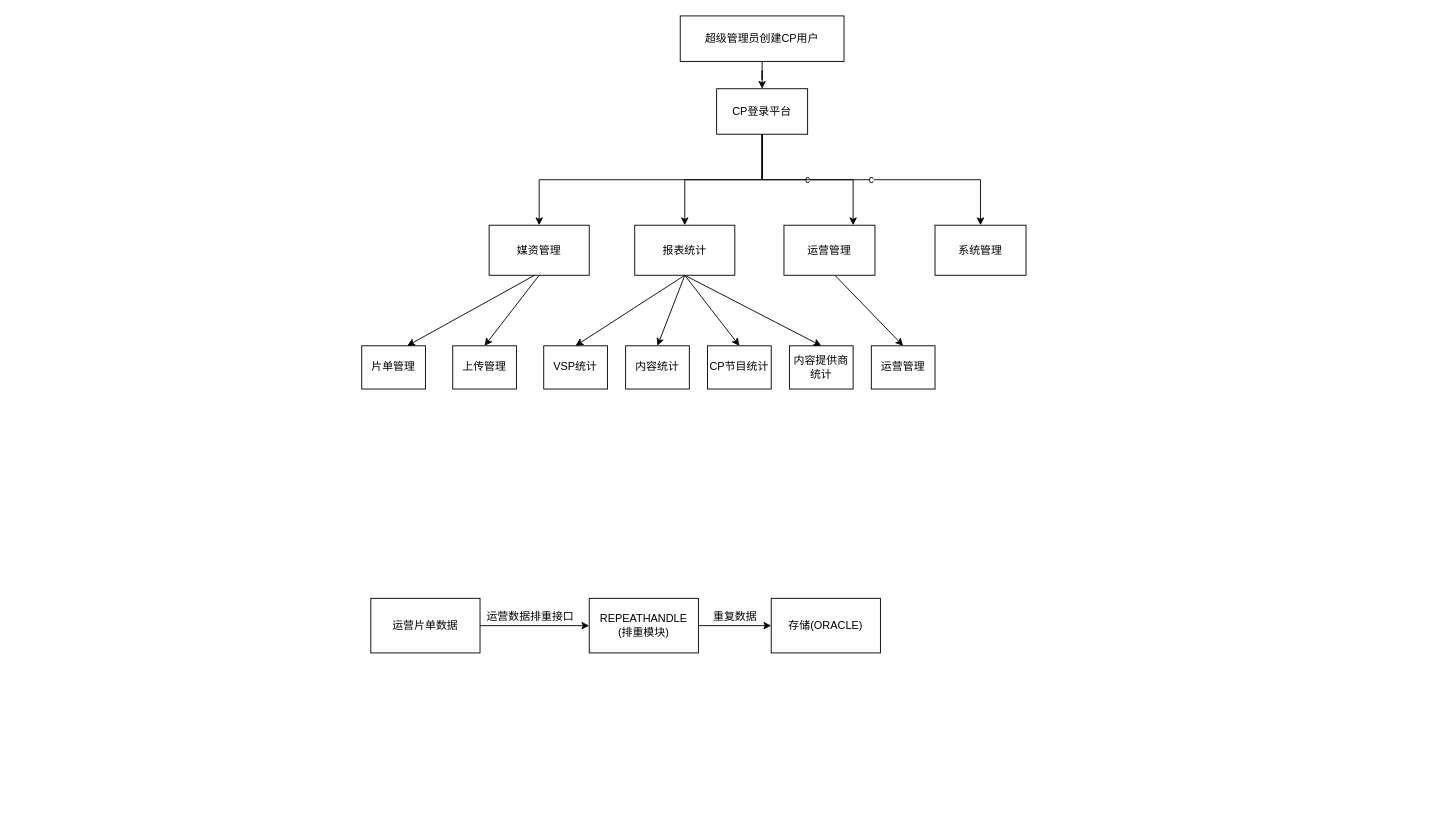
utscgeorge/processitemtest keeps this draw.io diagram as VASP结构图.drawio. Above is the earlier version. Source tidied: cells renumbered, new cells numbered last; positions are measured from the earlier drawing's top-left corner, leaving out a move shared by most shapes. Both pictures are drawn from the tidied source at 91%, with x=0, y=0 at pixel (361, 15).
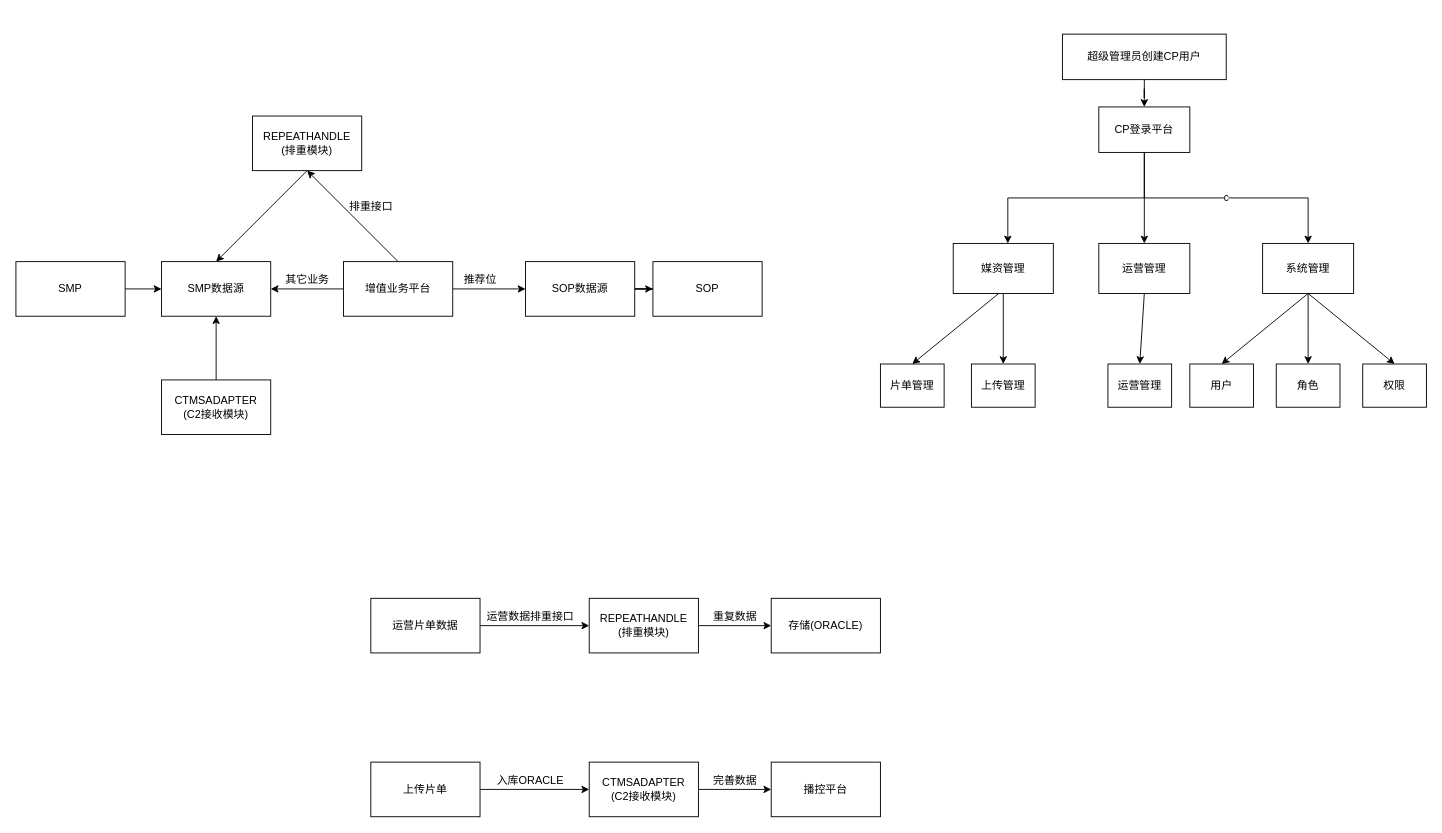
The same diagram, later.

Diff of the diagram source:
```diff
@@
     <mxCell id="3" value="超级管理员创建CP用户" style="rounded=0;whiteSpace=wrap;html=1;" parent="1" vertex="1">
-      <mxGeometry x="350" width="180" height="50" as="geometry" />
+      <mxGeometry x="770" y="20" width="180" height="50" as="geometry" />
     </mxCell>
     <mxCell id="4" style="edgeStyle=orthogonalEdgeStyle;rounded=0;jettySize=auto;html=1;" parent="1" edge="1" source="6" target="7">
       <mxGeometry relative="1" as="geometry">
         <Array as="points">
-          <mxPoint x="440" y="180" />
-          <mxPoint x="195" y="180" />
+          <mxPoint x="860" y="200" />
+          <mxPoint x="710" y="200" />
         </Array>
       </mxGeometry>
     </mxCell>
-    <mxCell id="5" style="edgeStyle=orthogonalEdgeStyle;rounded=0;jettySize=auto;html=1;" parent="1" edge="1" source="6" target="8">
-      <mxGeometry relative="1" as="geometry" />
-    </mxCell>
     <mxCell id="6" value="CP登录平台" style="whiteSpace=wrap;html=1;rounded=0;" parent="1" vertex="1">
-      <mxGeometry x="390" y="80" width="100" height="50" as="geometry" />
+      <mxGeometry x="810" y="100" width="100" height="50" as="geometry" />
     </mxCell>
     <mxCell id="7" value="媒资管理" style="whiteSpace=wrap;html=1;rounded=0;" parent="1" vertex="1">
-      <mxGeometry x="140" y="230" width="110" height="55" as="geometry" />
+      <mxGeometry x="650" y="250" width="110" height="55" as="geometry" />
     </mxCell>
-    <mxCell id="8" value="报表统计" style="whiteSpace=wrap;html=1;rounded=0;" parent="1" vertex="1">
-      <mxGeometry x="300" y="230" width="110" height="55" as="geometry" />
-    </mxCell>
     <mxCell id="9" value="运营管理" style="rounded=0;whiteSpace=wrap;html=1;" parent="1" vertex="1">
-      <mxGeometry x="464" y="230" width="100" height="55" as="geometry" />
+      <mxGeometry x="810" y="250" width="100" height="55" as="geometry" />
     </mxCell>
+    <mxCell id="34" style="edgeStyle=orthogonalEdgeStyle;rounded=0;jettySize=auto;html=1;" parent="1" edge="1" source="10">
+      <mxGeometry relative="1" as="geometry">
+        <mxPoint x="1040" y="382.5" as="targetPoint" />
+      </mxGeometry>
+    </mxCell>
     <mxCell id="10" value="系统管理" style="rounded=0;whiteSpace=wrap;html=1;" parent="1" vertex="1">
-      <mxGeometry x="630" y="230" width="100" height="55" as="geometry" />
+      <mxGeometry x="990" y="250" width="100" height="55" as="geometry" />
     </mxCell>
-    <mxCell id="11" value="c" style="edgeStyle=orthogonalEdgeStyle;rounded=0;orthogonalLoop=1;jettySize=auto;html=1;" parent="1" edge="1">
-      <mxGeometry relative="1" as="geometry">
-        <mxPoint x="440" y="130" as="sourcePoint" />
-        <mxPoint x="540" y="230" as="targetPoint" />
-        <Array as="points">
-          <mxPoint x="440" y="130" />
-          <mxPoint x="440" y="180" />
-          <mxPoint x="540" y="180" />
-        </Array>
-      </mxGeometry>
-    </mxCell>
     <mxCell id="12" value="c" style="edgeStyle=orthogonalEdgeStyle;rounded=0;jettySize=auto;html=1;entryX=0.5;entryY=0;entryDx=0;entryDy=0;" parent="1" edge="1" target="10">
       <mxGeometry relative="1" as="geometry">
-        <mxPoint x="440" y="130" as="sourcePoint" />
+        <mxPoint x="860" y="150" as="sourcePoint" />
         <Array as="points">
-          <mxPoint x="440" y="180" />
-          <mxPoint x="680" y="180" />
+          <mxPoint x="860" y="200" />
+          <mxPoint x="1040" y="200" />
         </Array>
       </mxGeometry>
     </mxCell>
     <mxCell id="13" value="片单管理" style="whiteSpace=wrap;html=1;rounded=0;" parent="1" vertex="1">
-      <mxGeometry y="362.5" width="70" height="47.5" as="geometry" />
+      <mxGeometry x="570" y="382.5" width="70" height="47.5" as="geometry" />
     </mxCell>
     <mxCell id="14" value="上传管理" style="whiteSpace=wrap;html=1;rounded=0;" parent="1" vertex="1">
-      <mxGeometry x="100" y="362.5" width="70" height="47.5" as="geometry" />
+      <mxGeometry x="670" y="382.5" width="70" height="47.5" as="geometry" />
     </mxCell>
@@
-    <mxCell id="16" style="endArrow=classic;html=1;entryX=0.5;entryY=0;entryDx=0;entryDy=0;" parent="1" edge="1">
+    <mxCell id="16" style="endArrow=classic;html=1;entryX=0.5;entryY=0;entryDx=0;entryDy=0;" parent="1" edge="1" target="13">
       <mxGeometry relative="1" as="geometry">
-        <mxPoint x="190" y="285" as="sourcePoint" />
-        <mxPoint x="50" y="362.5" as="targetPoint" />
+        <mxPoint x="700" y="305" as="sourcePoint" />
       </mxGeometry>
     </mxCell>
-    <mxCell id="17" value="内容提供商统计" style="whiteSpace=wrap;html=1;rounded=0;" parent="1" vertex="1">
-      <mxGeometry x="470" y="362.5" width="70" height="47.5" as="geometry" />
-    </mxCell>
-    <mxCell id="18" value="VSP统计" style="whiteSpace=wrap;html=1;rounded=0;" parent="1" vertex="1">
-      <mxGeometry x="200" y="362.5" width="70" height="47.5" as="geometry" />
-    </mxCell>
-    <mxCell id="19" value="内容统计" style="whiteSpace=wrap;html=1;rounded=0;" parent="1" vertex="1">
-      <mxGeometry x="290" y="362.5" width="70" height="47.5" as="geometry" />
-    </mxCell>
-    <mxCell id="20" value="CP节目统计" style="whiteSpace=wrap;html=1;rounded=0;" parent="1" vertex="1">
-      <mxGeometry x="380" y="362.5" width="70" height="47.5" as="geometry" />
-    </mxCell>
-    <mxCell id="21" style="endArrow=classic;html=1;exitX=0.5;exitY=1;exitDx=0;exitDy=0;entryX=0.5;entryY=0;entryDx=0;entryDy=0;" parent="1" edge="1" source="8" target="18">
-      <mxGeometry relative="1" as="geometry" />
-    </mxCell>
-    <mxCell id="22" style="endArrow=classic;html=1;entryX=0.5;entryY=0;entryDx=0;entryDy=0;exitX=0.5;exitY=1;exitDx=0;exitDy=0;" parent="1" edge="1" source="8" target="19">
-      <mxGeometry relative="1" as="geometry" />
-    </mxCell>
-    <mxCell id="23" style="endArrow=classic;html=1;entryX=0.5;entryY=0;entryDx=0;entryDy=0;exitX=0.5;exitY=1;exitDx=0;exitDy=0;" parent="1" edge="1" source="8" target="20">
-      <mxGeometry relative="1" as="geometry" />
-    </mxCell>
-    <mxCell id="24" style="endArrow=classic;html=1;entryX=0.5;entryY=0;entryDx=0;entryDy=0;exitX=0.5;exitY=1;exitDx=0;exitDy=0;" parent="1" edge="1" source="8" target="17">
-      <mxGeometry relative="1" as="geometry" />
-    </mxCell>
     <mxCell id="25" value="运营管理" style="whiteSpace=wrap;html=1;rounded=0;" parent="1" vertex="1">
-      <mxGeometry x="560" y="362.5" width="70" height="47.5" as="geometry" />
+      <mxGeometry x="820" y="382.5" width="70" height="47.5" as="geometry" />
     </mxCell>
-    <mxCell id="26" style="endArrow=classic;html=1;entryX=0.5;entryY=0;entryDx=0;entryDy=0;exitX=0.5;exitY=1;exitDx=0;exitDy=0;" parent="1" edge="1" target="25">
-      <mxGeometry relative="1" as="geometry">
-        <mxPoint x="520" y="285" as="sourcePoint" />
-      </mxGeometry>
+    <mxCell id="26" style="endArrow=classic;html=1;entryX=0.5;entryY=0;entryDx=0;entryDy=0;exitX=0.5;exitY=1;exitDx=0;exitDy=0;" parent="1" edge="1" source="9" target="25">
+      <mxGeometry relative="1" as="geometry" />
     </mxCell>
@@
+    <mxCell id="35" style="endArrow=classic;html=1;entryX=0.5;entryY=0;entryDx=0;entryDy=0;" parent="1" edge="1" target="9">
+      <mxGeometry relative="1" as="geometry">
+        <mxPoint x="860" y="200" as="sourcePoint" />
+      </mxGeometry>
+    </mxCell>
+    <mxCell id="36" value="用户" style="whiteSpace=wrap;html=1;rounded=0;" parent="1" vertex="1">
+      <mxGeometry x="910" y="382.5" width="70" height="47.5" as="geometry" />
+    </mxCell>
+    <mxCell id="37" value="角色" style="whiteSpace=wrap;html=1;rounded=0;" parent="1" vertex="1">
+      <mxGeometry x="1005" y="382.5" width="70" height="47.5" as="geometry" />
+    </mxCell>
+    <mxCell id="38" value="权限" style="whiteSpace=wrap;html=1;rounded=0;" parent="1" vertex="1">
+      <mxGeometry x="1100" y="382.5" width="70" height="47.5" as="geometry" />
+    </mxCell>
+    <mxCell id="39" style="endArrow=classic;html=1;entryX=0.5;entryY=0;entryDx=0;entryDy=0;" parent="1" edge="1" target="38">
+      <mxGeometry relative="1" as="geometry">
+        <mxPoint x="1040" y="305" as="sourcePoint" />
+      </mxGeometry>
+    </mxCell>
+    <mxCell id="40" style="endArrow=classic;html=1;entryX=0.5;entryY=0;entryDx=0;entryDy=0;" parent="1" edge="1" target="36">
+      <mxGeometry relative="1" as="geometry">
+        <mxPoint x="1040" y="305" as="sourcePoint" />
+      </mxGeometry>
+    </mxCell>
+    <mxCell id="41" style="edgeStyle=orthogonalEdgeStyle;rounded=0;jettySize=auto;html=1;" parent="1" edge="1" source="42" target="44">
+      <mxGeometry relative="1" as="geometry" />
+    </mxCell>
+    <mxCell id="42" value="上传片单" style="rounded=0;whiteSpace=wrap;html=1;" parent="1" vertex="1">
+      <mxGeometry x="10" y="820" width="120" height="60" as="geometry" />
+    </mxCell>
+    <mxCell id="43" style="edgeStyle=orthogonalEdgeStyle;rounded=0;jettySize=auto;html=1;" parent="1" edge="1" source="44" target="46">
+      <mxGeometry relative="1" as="geometry" />
+    </mxCell>
+    <mxCell id="44" value="CTMSADAPTER&lt;br&gt;(C2接收模块)" style="whiteSpace=wrap;html=1;rounded=0;" parent="1" vertex="1">
+      <mxGeometry x="250" y="820" width="120" height="60" as="geometry" />
+    </mxCell>
+    <mxCell id="45" value="入库ORACLE" style="text;html=1;align=center;verticalAlign=middle;" parent="1" vertex="1">
+      <mxGeometry x="140" y="830" width="90" height="20" as="geometry" />
+    </mxCell>
+    <mxCell id="46" value="播控平台" style="whiteSpace=wrap;html=1;rounded=0;" parent="1" vertex="1">
+      <mxGeometry x="450" y="820" width="120" height="60" as="geometry" />
+    </mxCell>
+    <mxCell id="47" value="完善数据" style="text;html=1;align=center;verticalAlign=middle;" parent="1" vertex="1">
+      <mxGeometry x="380" y="830" width="60" height="20" as="geometry" />
+    </mxCell>
+    <mxCell id="48" style="edgeStyle=orthogonalEdgeStyle;rounded=0;jettySize=auto;html=1;" parent="1" edge="1" source="50" target="52">
+      <mxGeometry relative="1" as="geometry" />
+    </mxCell>
+    <mxCell id="49" style="edgeStyle=orthogonalEdgeStyle;rounded=0;jettySize=auto;html=1;" parent="1" edge="1" source="50" target="54">
+      <mxGeometry relative="1" as="geometry" />
+    </mxCell>
+    <mxCell id="50" value="增值业务平台" style="rounded=0;whiteSpace=wrap;html=1;" parent="1" vertex="1">
+      <mxGeometry x="-20" y="270" width="120" height="60" as="geometry" />
+    </mxCell>
+    <mxCell id="51" style="edgeStyle=orthogonalEdgeStyle;rounded=0;jettySize=auto;html=1;" parent="1" edge="1" source="52" target="61">
+      <mxGeometry relative="1" as="geometry" />
+    </mxCell>
+    <mxCell id="52" value="SOP数据源" style="rounded=0;whiteSpace=wrap;html=1;" parent="1" vertex="1">
+      <mxGeometry x="180" y="270" width="120" height="60" as="geometry" />
+    </mxCell>
+    <mxCell id="53" value="推荐位" style="text;html=1;align=center;verticalAlign=middle;" parent="1" vertex="1">
+      <mxGeometry x="105" y="280" width="50" height="20" as="geometry" />
+    </mxCell>
+    <mxCell id="54" value="SMP数据源" style="rounded=0;whiteSpace=wrap;html=1;" parent="1" vertex="1">
+      <mxGeometry x="-220" y="270" width="120" height="60" as="geometry" />
+    </mxCell>
+    <mxCell id="55" value="其它业务" style="text;html=1;align=center;verticalAlign=middle;" parent="1" vertex="1">
+      <mxGeometry x="-90" y="280" width="60" height="20" as="geometry" />
+    </mxCell>
+    <mxCell id="56" value="REPEATHANDLE&lt;br&gt;(排重模块)" style="rounded=0;whiteSpace=wrap;html=1;" parent="1" vertex="1">
+      <mxGeometry x="-120" y="110" width="120" height="60" as="geometry" />
+    </mxCell>
+    <mxCell id="57" style="edgeStyle=orthogonalEdgeStyle;rounded=0;jettySize=auto;html=1;" parent="1" edge="1" source="58" target="54">
+      <mxGeometry relative="1" as="geometry" />
+    </mxCell>
+    <mxCell id="58" value="SMP" style="rounded=0;whiteSpace=wrap;html=1;" parent="1" vertex="1">
+      <mxGeometry x="-380" y="270" width="120" height="60" as="geometry" />
+    </mxCell>
+    <mxCell id="59" style="edgeStyle=orthogonalEdgeStyle;rounded=0;jettySize=auto;html=1;" parent="1" edge="1" source="60" target="54">
+      <mxGeometry relative="1" as="geometry" />
+    </mxCell>
+    <mxCell id="60" value="CTMSADAPTER&lt;br&gt;(C2接收模块)" style="rounded=0;whiteSpace=wrap;html=1;" parent="1" vertex="1">
+      <mxGeometry x="-220" y="400" width="120" height="60" as="geometry" />
+    </mxCell>
+    <mxCell id="61" value="SOP" style="rounded=0;whiteSpace=wrap;html=1;" parent="1" vertex="1">
+      <mxGeometry x="320" y="270" width="120" height="60" as="geometry" />
+    </mxCell>
+    <mxCell id="62" style="endArrow=classic;html=1;entryX=0.5;entryY=1;entryDx=0;entryDy=0;" parent="1" edge="1" target="56">
+      <mxGeometry relative="1" as="geometry">
+        <mxPoint x="40" y="270" as="sourcePoint" />
+      </mxGeometry>
+    </mxCell>
+    <mxCell id="63" style="endArrow=classic;html=1;entryX=0.5;entryY=0;entryDx=0;entryDy=0;" parent="1" edge="1" target="54">
+      <mxGeometry relative="1" as="geometry">
+        <mxPoint x="-60" y="170" as="sourcePoint" />
+      </mxGeometry>
+    </mxCell>
+    <mxCell id="64" value="排重接口" style="text;html=1;align=center;verticalAlign=middle;" parent="1" vertex="1">
+      <mxGeometry x="-20" y="200" width="60" height="20" as="geometry" />
+    </mxCell>
```
